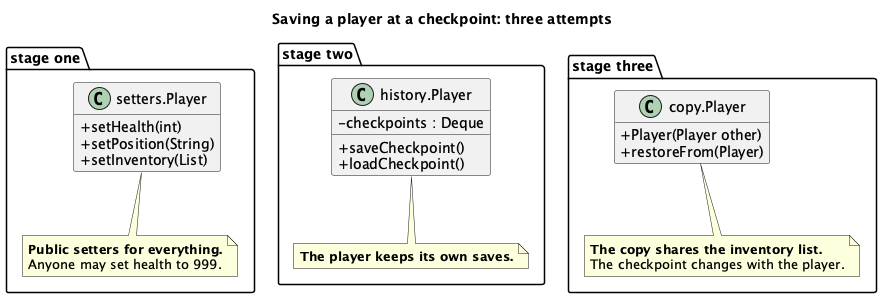
The PlantUML diagram src/main/java/dev/kaldiroglu/dp/behavioral/memento/game/uml/Memento - Game (Problem) - Class Diagram.png in kaldiroglu/DesignPatternsWithJava, before a commit.
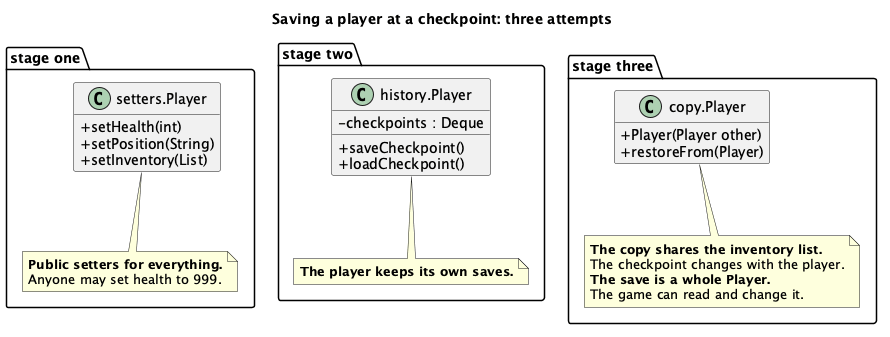
The same diagram one commit later.

Commit message:
Memento stage three: the save is a whole Player, so the game can read it

Change to the diagram source:
```diff
@@ -31,6 +31,8 @@
   note bottom of P3
     <b>The copy shares the inventory list.</b>
     The checkpoint changes with the player.
+    <b>The save is a whole Player.</b>
+    The game can read and change it.
   end note
 }
 P1 -[hidden]right- P2
```
